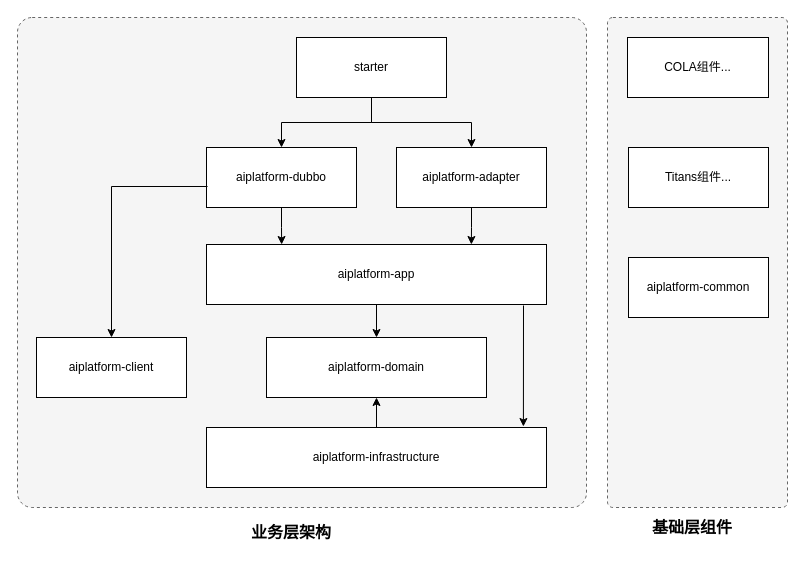
The draw.io diagram page "WEB层设计" (4 of 8) of AI-Manager-Platform.drawio in ahern88/draw_io_repo, before the edit. Source tidied: cells renumbered, new cells numbered last; positions are measured from the earlier drawing's top-left corner, leaving out a move shared by most shapes. Both pictures are drawn from the tidied source at 100%, with x=0, y=0 at pixel (17, 17).
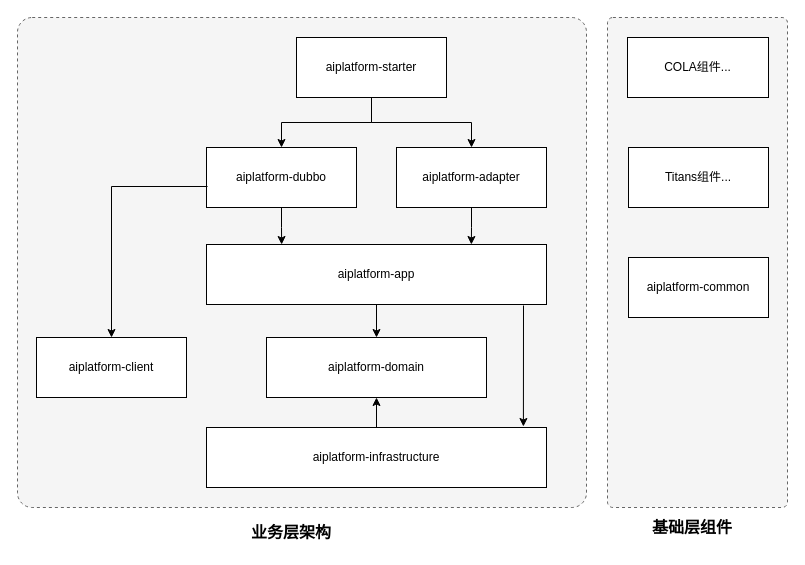
After the change.

Change to the diagram source:
```diff
@@
-    <mxCell id="22" value="starter" style="rounded=0;whiteSpace=wrap;html=1;fontSize=12;" parent="1" vertex="1">
+    <mxCell id="22" value="aiplatform-starter" style="rounded=0;whiteSpace=wrap;html=1;fontSize=12;" parent="1" vertex="1">
       <mxGeometry x="279" y="20" width="150" height="60" as="geometry" />
     </mxCell>
```
